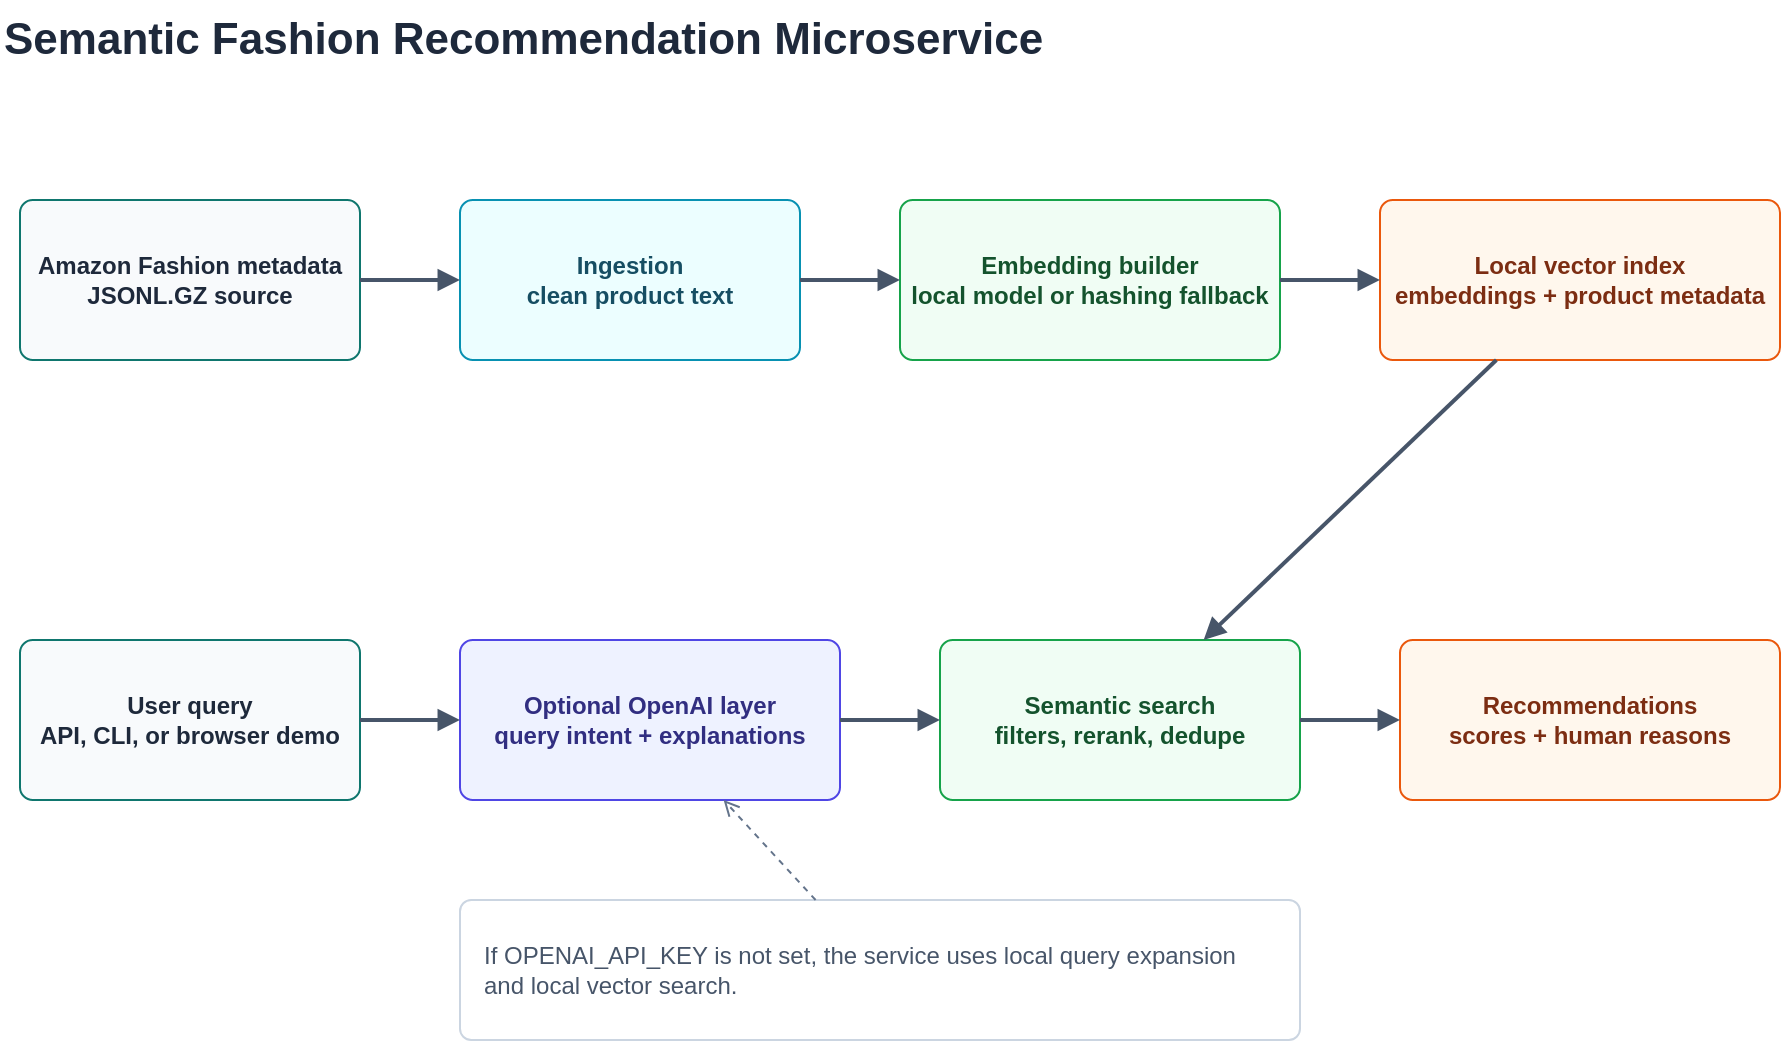
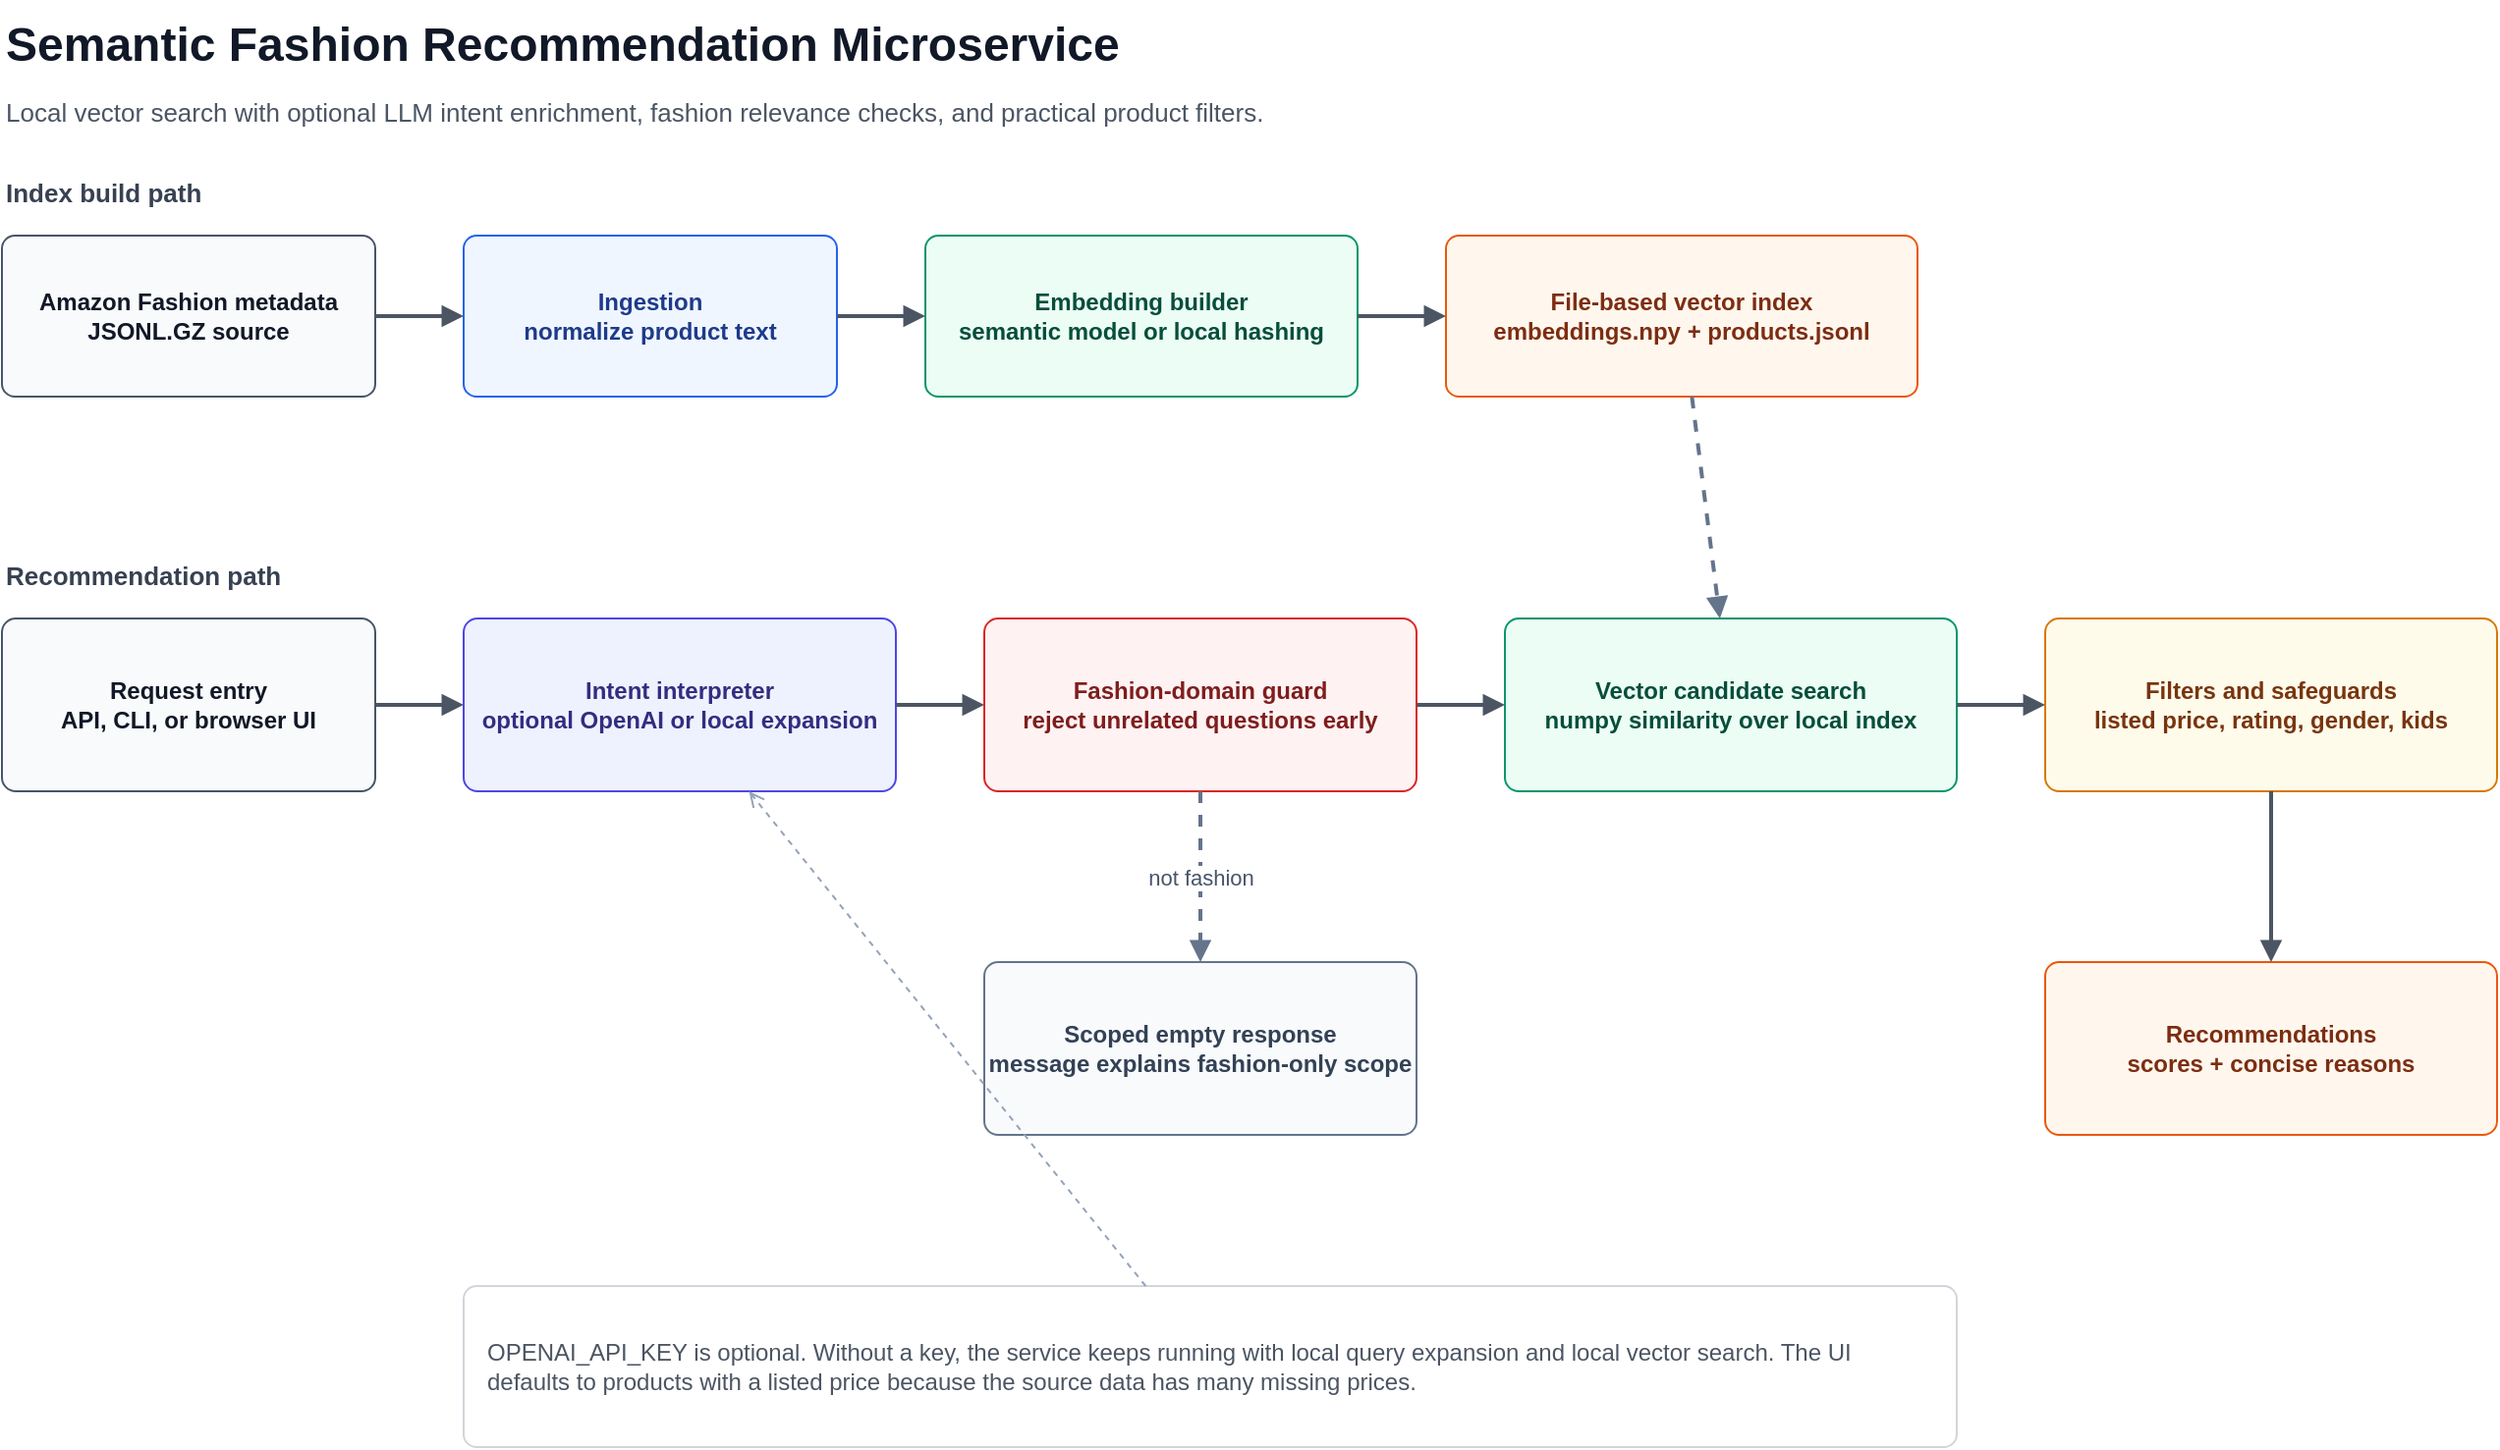
<mxfile host="app.diagrams.net" modified="2026-07-01T00:00:00.000Z" agent="draw.io" version="24.7.17">
  <diagram id="semantic-fashion-recommender" name="Architecture">
-     <mxGraphModel dx="1200" dy="780" grid="1" gridSize="10" guides="1" tooltips="1" connect="1" arrows="1" fold="1" page="1" pageScale="1" pageWidth="1169" pageHeight="827" math="0" shadow="0">
+     <mxGraphModel dx="1500" dy="900" grid="1" gridSize="10" guides="1" tooltips="1" connect="1" arrows="1" fold="1" page="1" pageScale="1" pageWidth="1500" pageHeight="900" math="0" shadow="0">
      <root>
        <mxCell id="0" />
        <mxCell id="1" parent="0" />
-         <mxCell id="title" value="Semantic Fashion Recommendation Microservice" style="text;html=1;strokeColor=none;fillColor=none;fontSize=22;fontStyle=1;fontColor=#1e293b;align=left;verticalAlign=middle;whiteSpace=wrap;rounded=0;" vertex="1" parent="1">
-           <mxGeometry x="60" y="40" width="620" height="40" as="geometry" />
+         <mxCell id="title" value="Semantic Fashion Recommendation Microservice" style="text;html=1;strokeColor=none;fillColor=none;fontSize=24;fontStyle=1;fontColor=#111827;align=left;verticalAlign=middle;whiteSpace=wrap;rounded=0;" vertex="1" parent="1">
+           <mxGeometry x="60" y="35" width="650" height="45" as="geometry" />
        </mxCell>
-         <mxCell id="dataset" value="Amazon Fashion metadata&#xa;JSONL.GZ source" style="rounded=1;whiteSpace=wrap;html=1;arcSize=8;fillColor=#f8fafc;strokeColor=#0f766e;fontColor=#1e293b;fontStyle=1;" vertex="1" parent="1">
-           <mxGeometry x="70" y="140" width="170" height="80" as="geometry" />
+         <mxCell id="subtitle" value="Local vector search with optional LLM intent enrichment, fashion relevance checks, and practical product filters." style="text;html=1;strokeColor=none;fillColor=none;fontSize=13;fontColor=#4b5563;align=left;verticalAlign=middle;whiteSpace=wrap;rounded=0;" vertex="1" parent="1">
+           <mxGeometry x="60" y="78" width="760" height="28" as="geometry" />
        </mxCell>
-         <mxCell id="ingest" value="Ingestion&#xa;clean product text" style="rounded=1;whiteSpace=wrap;html=1;arcSize=8;fillColor=#ecfeff;strokeColor=#0891b2;fontColor=#164e63;fontStyle=1;" vertex="1" parent="1">
-           <mxGeometry x="290" y="140" width="170" height="80" as="geometry" />
+ 
+         <mxCell id="offlineLabel" value="Index build path" style="text;html=1;strokeColor=none;fillColor=none;fontSize=13;fontStyle=1;fontColor=#374151;align=left;verticalAlign=middle;whiteSpace=wrap;rounded=0;" vertex="1" parent="1">
+           <mxGeometry x="60" y="120" width="180" height="26" as="geometry" />
        </mxCell>
-         <mxCell id="embed" value="Embedding builder&#xa;local model or hashing fallback" style="rounded=1;whiteSpace=wrap;html=1;arcSize=8;fillColor=#f0fdf4;strokeColor=#16a34a;fontColor=#14532d;fontStyle=1;" vertex="1" parent="1">
-           <mxGeometry x="510" y="140" width="190" height="80" as="geometry" />
+         <mxCell id="dataset" value="Amazon Fashion metadata&#xa;JSONL.GZ source" style="rounded=1;whiteSpace=wrap;html=1;arcSize=8;fillColor=#f9fafb;strokeColor=#475569;fontColor=#111827;fontStyle=1;" vertex="1" parent="1">
+           <mxGeometry x="60" y="155" width="190" height="82" as="geometry" />
        </mxCell>
-         <mxCell id="index" value="Local vector index&#xa;embeddings + product metadata" style="rounded=1;whiteSpace=wrap;html=1;arcSize=8;fillColor=#fff7ed;strokeColor=#ea580c;fontColor=#7c2d12;fontStyle=1;" vertex="1" parent="1">
-           <mxGeometry x="750" y="140" width="200" height="80" as="geometry" />
+         <mxCell id="ingest" value="Ingestion&#xa;normalize product text" style="rounded=1;whiteSpace=wrap;html=1;arcSize=8;fillColor=#eff6ff;strokeColor=#2563eb;fontColor=#1e3a8a;fontStyle=1;" vertex="1" parent="1">
+           <mxGeometry x="295" y="155" width="190" height="82" as="geometry" />
        </mxCell>
-         <mxCell id="user" value="User query&#xa;API, CLI, or browser demo" style="rounded=1;whiteSpace=wrap;html=1;arcSize=8;fillColor=#f8fafc;strokeColor=#0f766e;fontColor=#1e293b;fontStyle=1;" vertex="1" parent="1">
-           <mxGeometry x="70" y="360" width="170" height="80" as="geometry" />
+         <mxCell id="embed" value="Embedding builder&#xa;semantic model or local hashing" style="rounded=1;whiteSpace=wrap;html=1;arcSize=8;fillColor=#ecfdf5;strokeColor=#059669;fontColor=#064e3b;fontStyle=1;" vertex="1" parent="1">
+           <mxGeometry x="530" y="155" width="220" height="82" as="geometry" />
        </mxCell>
-         <mxCell id="llm" value="Optional OpenAI layer&#xa;query intent + explanations" style="rounded=1;whiteSpace=wrap;html=1;arcSize=8;fillColor=#eef2ff;strokeColor=#4f46e5;fontColor=#312e81;fontStyle=1;" vertex="1" parent="1">
-           <mxGeometry x="290" y="360" width="190" height="80" as="geometry" />
+         <mxCell id="index" value="File-based vector index&#xa;embeddings.npy + products.jsonl" style="rounded=1;whiteSpace=wrap;html=1;arcSize=8;fillColor=#fff7ed;strokeColor=#ea580c;fontColor=#7c2d12;fontStyle=1;" vertex="1" parent="1">
+           <mxGeometry x="795" y="155" width="240" height="82" as="geometry" />
        </mxCell>
-         <mxCell id="search" value="Semantic search&#xa;filters, rerank, dedupe" style="rounded=1;whiteSpace=wrap;html=1;arcSize=8;fillColor=#f0fdf4;strokeColor=#16a34a;fontColor=#14532d;fontStyle=1;" vertex="1" parent="1">
-           <mxGeometry x="530" y="360" width="180" height="80" as="geometry" />
+ 
+         <mxCell id="runtimeLabel" value="Recommendation path" style="text;html=1;strokeColor=none;fillColor=none;fontSize=13;fontStyle=1;fontColor=#374151;align=left;verticalAlign=middle;whiteSpace=wrap;rounded=0;" vertex="1" parent="1">
+           <mxGeometry x="60" y="315" width="210" height="26" as="geometry" />
        </mxCell>
-         <mxCell id="response" value="Recommendations&#xa;scores + human reasons" style="rounded=1;whiteSpace=wrap;html=1;arcSize=8;fillColor=#fff7ed;strokeColor=#ea580c;fontColor=#7c2d12;fontStyle=1;" vertex="1" parent="1">
-           <mxGeometry x="760" y="360" width="190" height="80" as="geometry" />
+         <mxCell id="entry" value="Request entry&#xa;API, CLI, or browser UI" style="rounded=1;whiteSpace=wrap;html=1;arcSize=8;fillColor=#f9fafb;strokeColor=#475569;fontColor=#111827;fontStyle=1;" vertex="1" parent="1">
+           <mxGeometry x="60" y="350" width="190" height="88" as="geometry" />
        </mxCell>
-         <mxCell id="note" value="If OPENAI_API_KEY is not set, the service uses local query expansion and local vector search." style="rounded=1;whiteSpace=wrap;html=1;arcSize=8;fillColor=#ffffff;strokeColor=#cbd5e1;fontColor=#475569;align=left;spacing=12;" vertex="1" parent="1">
-           <mxGeometry x="290" y="490" width="420" height="70" as="geometry" />
+         <mxCell id="intent" value="Intent interpreter&#xa;optional OpenAI or local expansion" style="rounded=1;whiteSpace=wrap;html=1;arcSize=8;fillColor=#eef2ff;strokeColor=#4f46e5;fontColor=#312e81;fontStyle=1;" vertex="1" parent="1">
+           <mxGeometry x="295" y="350" width="220" height="88" as="geometry" />
        </mxCell>
-         <mxCell id="e1" style="endArrow=block;html=1;rounded=0;strokeWidth=2;strokeColor=#475569;" edge="1" parent="1" source="dataset" target="ingest">
+         <mxCell id="guard" value="Fashion-domain guard&#xa;reject unrelated questions early" style="rounded=1;whiteSpace=wrap;html=1;arcSize=8;fillColor=#fef2f2;strokeColor=#dc2626;fontColor=#7f1d1d;fontStyle=1;" vertex="1" parent="1">
+           <mxGeometry x="560" y="350" width="220" height="88" as="geometry" />
+         </mxCell>
+         <mxCell id="search" value="Vector candidate search&#xa;numpy similarity over local index" style="rounded=1;whiteSpace=wrap;html=1;arcSize=8;fillColor=#ecfdf5;strokeColor=#059669;fontColor=#064e3b;fontStyle=1;" vertex="1" parent="1">
+           <mxGeometry x="825" y="350" width="230" height="88" as="geometry" />
+         </mxCell>
+         <mxCell id="filters" value="Filters and safeguards&#xa;listed price, rating, gender, kids" style="rounded=1;whiteSpace=wrap;html=1;arcSize=8;fillColor=#fffbeb;strokeColor=#d97706;fontColor=#78350f;fontStyle=1;" vertex="1" parent="1">
+           <mxGeometry x="1100" y="350" width="230" height="88" as="geometry" />
+         </mxCell>
+         <mxCell id="response" value="Recommendations&#xa;scores + concise reasons" style="rounded=1;whiteSpace=wrap;html=1;arcSize=8;fillColor=#fff7ed;strokeColor=#ea580c;fontColor=#7c2d12;fontStyle=1;" vertex="1" parent="1">
+           <mxGeometry x="1100" y="525" width="230" height="88" as="geometry" />
+         </mxCell>
+         <mxCell id="empty" value="Scoped empty response&#xa;message explains fashion-only scope" style="rounded=1;whiteSpace=wrap;html=1;arcSize=8;fillColor=#f8fafc;strokeColor=#64748b;fontColor=#334155;fontStyle=1;" vertex="1" parent="1">
+           <mxGeometry x="560" y="525" width="220" height="88" as="geometry" />
+         </mxCell>
+         <mxCell id="note" value="OPENAI_API_KEY is optional. Without a key, the service keeps running with local query expansion and local vector search. The UI defaults to products with a listed price because the source data has many missing prices." style="rounded=1;whiteSpace=wrap;html=1;arcSize=8;fillColor=#ffffff;strokeColor=#d1d5db;fontColor=#4b5563;align=left;spacing=12;" vertex="1" parent="1">
+           <mxGeometry x="295" y="690" width="760" height="82" as="geometry" />
+         </mxCell>
+ 
+         <mxCell id="e1" style="endArrow=block;html=1;rounded=0;strokeWidth=2;strokeColor=#4b5563;" edge="1" parent="1" source="dataset" target="ingest">
          <mxGeometry relative="1" as="geometry" />
        </mxCell>
-         <mxCell id="e2" style="endArrow=block;html=1;rounded=0;strokeWidth=2;strokeColor=#475569;" edge="1" parent="1" source="ingest" target="embed">
+         <mxCell id="e2" style="endArrow=block;html=1;rounded=0;strokeWidth=2;strokeColor=#4b5563;" edge="1" parent="1" source="ingest" target="embed">
          <mxGeometry relative="1" as="geometry" />
        </mxCell>
-         <mxCell id="e3" style="endArrow=block;html=1;rounded=0;strokeWidth=2;strokeColor=#475569;" edge="1" parent="1" source="embed" target="index">
+         <mxCell id="e3" style="endArrow=block;html=1;rounded=0;strokeWidth=2;strokeColor=#4b5563;" edge="1" parent="1" source="embed" target="index">
          <mxGeometry relative="1" as="geometry" />
        </mxCell>
-         <mxCell id="e4" style="endArrow=block;html=1;rounded=0;strokeWidth=2;strokeColor=#475569;" edge="1" parent="1" source="user" target="llm">
+         <mxCell id="e4" style="endArrow=block;html=1;rounded=0;strokeWidth=2;strokeColor=#4b5563;" edge="1" parent="1" source="entry" target="intent">
          <mxGeometry relative="1" as="geometry" />
        </mxCell>
-         <mxCell id="e5" style="endArrow=block;html=1;rounded=0;strokeWidth=2;strokeColor=#475569;" edge="1" parent="1" source="llm" target="search">
+         <mxCell id="e5" style="endArrow=block;html=1;rounded=0;strokeWidth=2;strokeColor=#4b5563;" edge="1" parent="1" source="intent" target="guard">
          <mxGeometry relative="1" as="geometry" />
        </mxCell>
-         <mxCell id="e6" style="endArrow=block;html=1;rounded=0;strokeWidth=2;strokeColor=#475569;" edge="1" parent="1" source="index" target="search">
+         <mxCell id="e6" style="endArrow=block;html=1;rounded=0;strokeWidth=2;strokeColor=#4b5563;fontColor=#374151;" edge="1" parent="1" source="guard" target="search">
+           <mxGeometry relative="1" as="geometry" />
+         </mxCell>
+         <mxCell id="e7" style="endArrow=block;html=1;rounded=0;strokeWidth=2;strokeColor=#4b5563;" edge="1" parent="1" source="search" target="filters">
+           <mxGeometry relative="1" as="geometry" />
+         </mxCell>
+         <mxCell id="e8" style="endArrow=block;html=1;rounded=0;strokeWidth=2;strokeColor=#4b5563;" edge="1" parent="1" source="filters" target="response">
+           <mxGeometry relative="1" as="geometry" />
+         </mxCell>
+         <mxCell id="e9" value="not fashion" style="endArrow=block;html=1;rounded=0;strokeWidth=2;strokeColor=#64748b;fontColor=#475569;dashed=1;" edge="1" parent="1" source="guard" target="empty">
+           <mxGeometry relative="1" as="geometry" />
+         </mxCell>
+         <mxCell id="e10" style="endArrow=block;html=1;rounded=0;strokeWidth=2;strokeColor=#64748b;dashed=1;" edge="1" parent="1" source="index" target="search">
          <mxGeometry relative="1" as="geometry">
-             <mxPoint x="850" y="300" as="sourcePoint" />
-             <mxPoint x="620" y="340" as="targetPoint" />
+             <mxPoint x="915" y="250" as="sourcePoint" />
+             <mxPoint x="940" y="340" as="targetPoint" />
          </mxGeometry>
        </mxCell>
-         <mxCell id="e7" style="endArrow=block;html=1;rounded=0;strokeWidth=2;strokeColor=#475569;" edge="1" parent="1" source="search" target="response">
-           <mxGeometry relative="1" as="geometry" />
-         </mxCell>
-         <mxCell id="e8" style="endArrow=open;html=1;rounded=0;dashed=1;strokeColor=#64748b;" edge="1" parent="1" source="note" target="llm">
+         <mxCell id="e11" style="endArrow=open;html=1;rounded=0;strokeColor=#94a3b8;dashed=1;" edge="1" parent="1" source="note" target="intent">
          <mxGeometry relative="1" as="geometry" />
        </mxCell>
      </root>
    </mxGraphModel>
  </diagram>
</mxfile>
